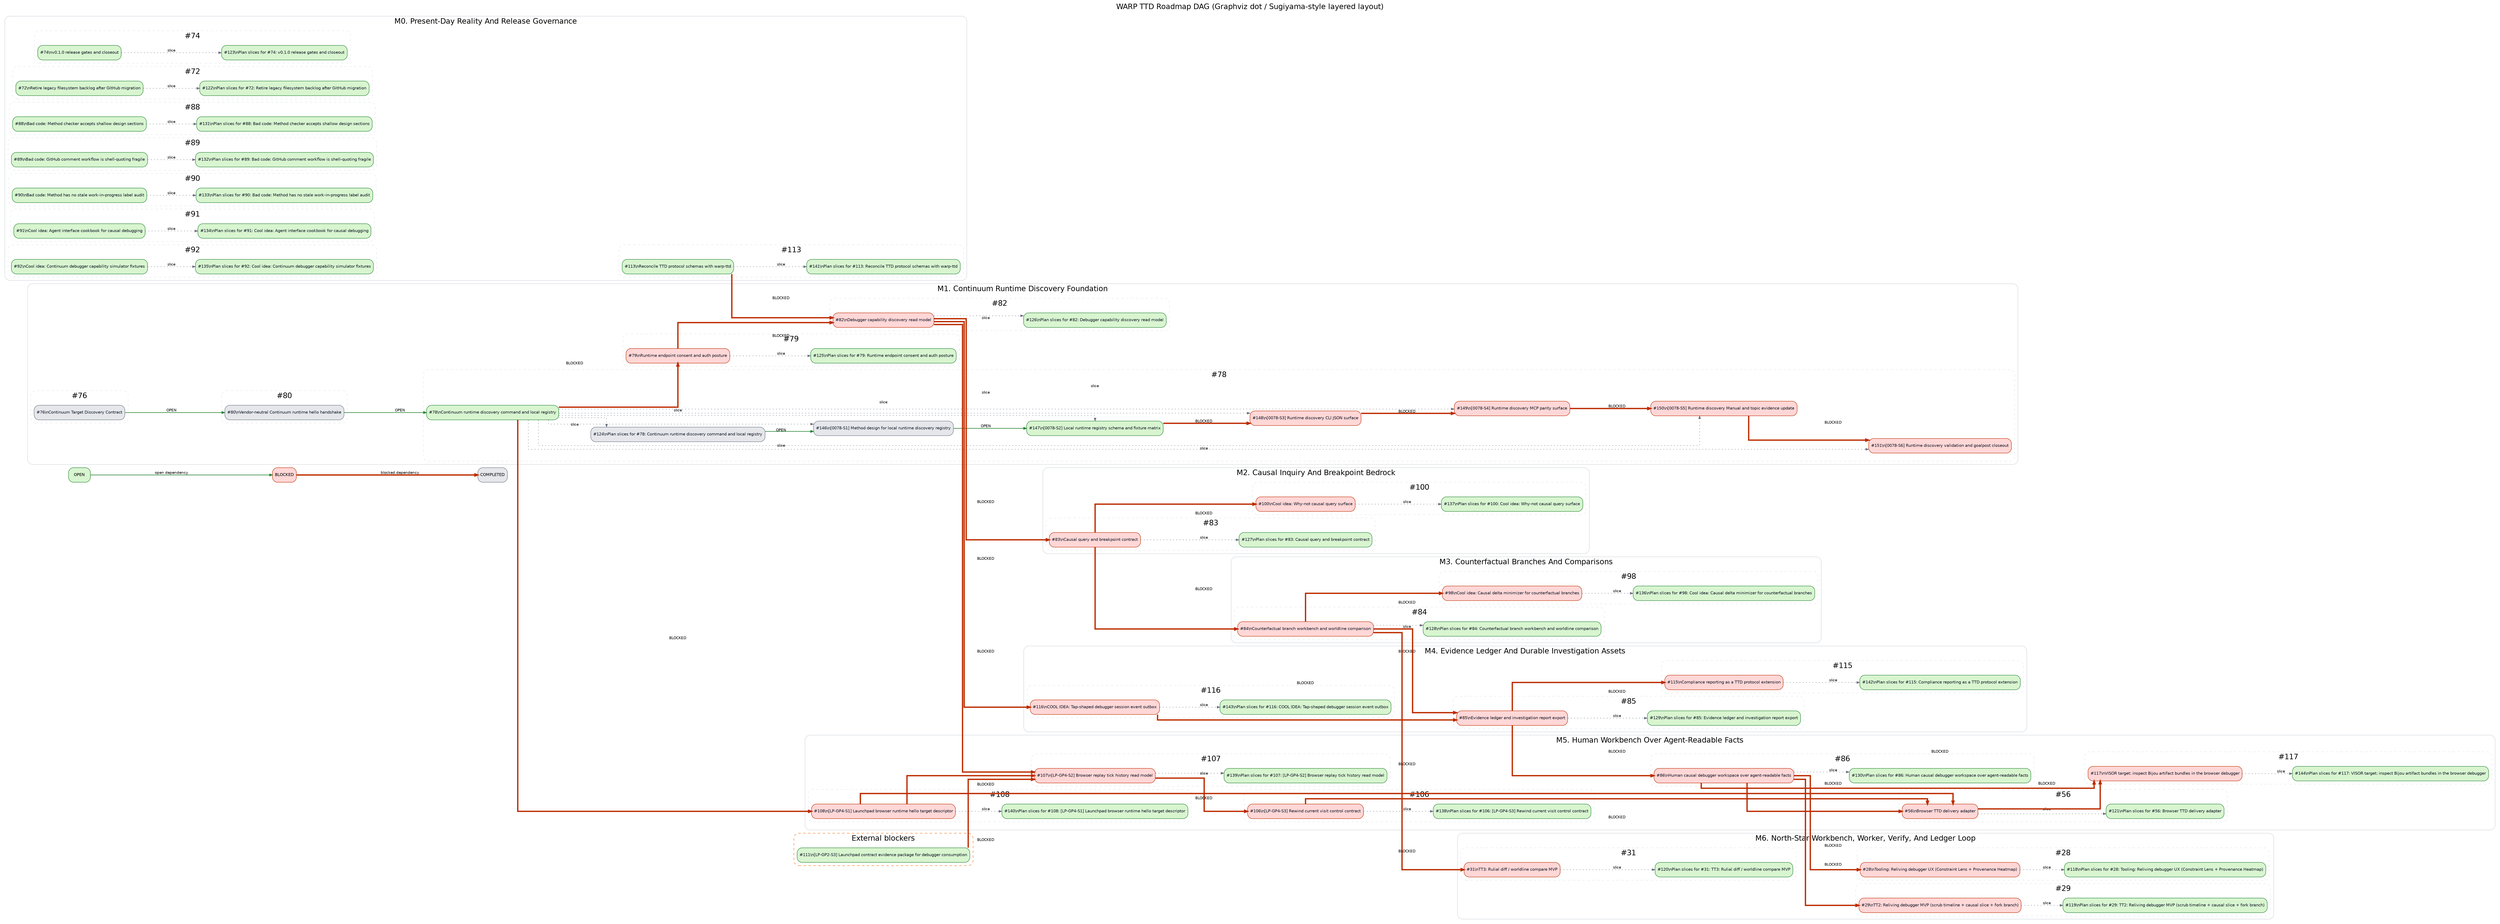
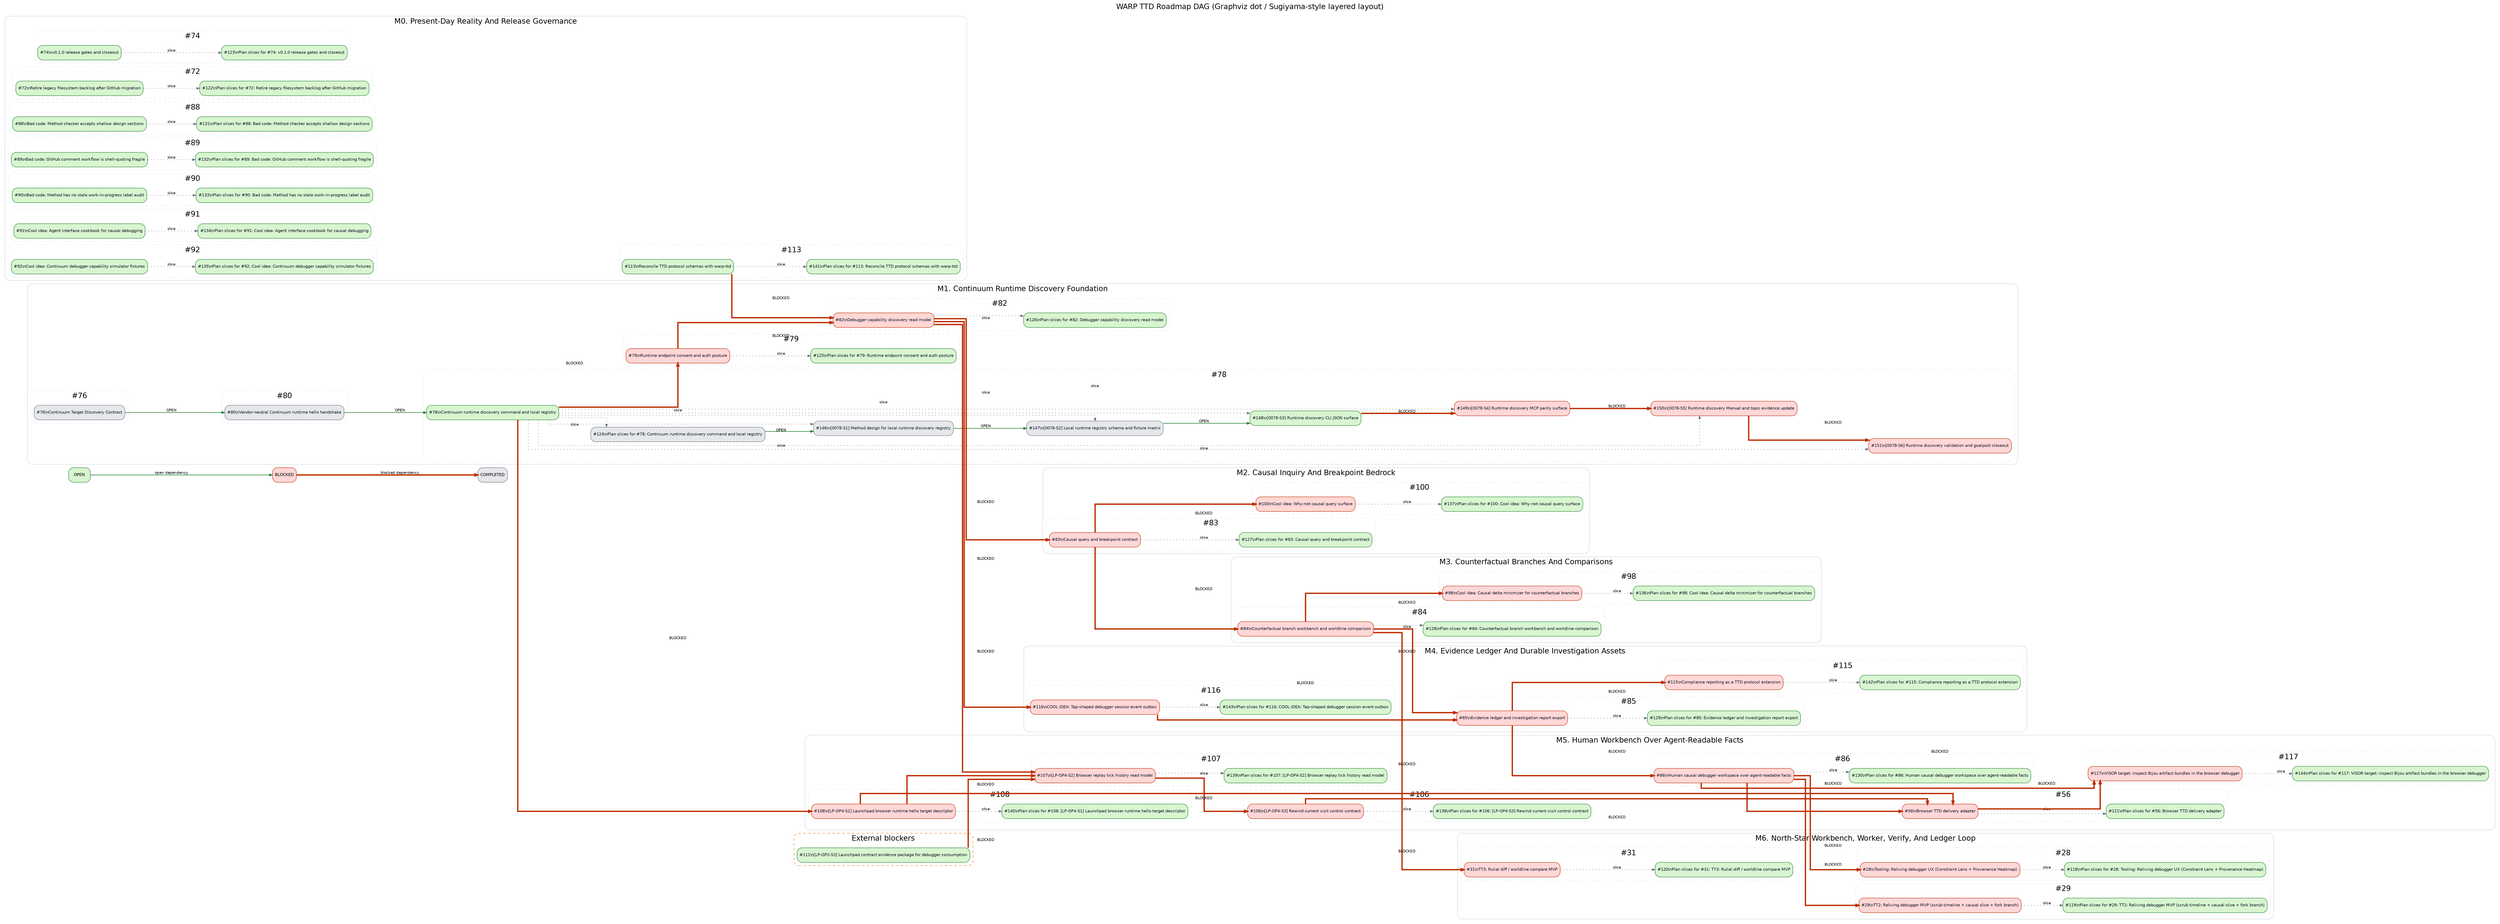
digraph RoadmapDAG {
  graph [layout=dot, rankdir=LR, compound=true, newrank=true, overlap=false, splines=ortho, bgcolor="white", fontname="Helvetica", label="WARP TTD Roadmap DAG (Graphviz dot / Sugiyama-style layered layout)", labelloc=t, fontsize=18];
  node [shape=box, style="rounded,filled", fontname="Helvetica", fontsize=10, margin="0.08,0.05"];
  edge [fontname="Helvetica", fontsize=9, arrowsize=0.7, color="#248232", penwidth=1.4];
  legend_open [label="OPEN", fillcolor="#d8f5d0", color="#248232"];
  legend_blocked [label="BLOCKED", fillcolor="#ffd7d7", color="#bd2c00"];
  legend_done [label="COMPLETED", fillcolor="#e5e7eb", color="#6b7280"];
  legend_open -> legend_blocked [label="open dependency", color="#248232", penwidth=1.4];
  legend_blocked -> legend_done [label="blocked dependency", color="#bd2c00", penwidth=3.2];
  subgraph cluster_M0 {
    label="M0. Present-Day Reality And Release Governance";
    color="#d1d5db";
    style="rounded";
    subgraph cluster_goalpost_74 {
      label="#74";
      color="#e5e7eb";
      style="rounded,dashed";
      issue_74 [label="#74\\nv0.1.0 release gates and closeout", fillcolor="#d8f5d0", color="#248232", fontcolor="#111827", URL="https://github.com/flyingrobots/warp-ttd/issues/74"];
      issue_123 [label="#123\\nPlan slices for #74: v0.1.0 release gates and closeout", fillcolor="#d8f5d0", color="#248232", fontcolor="#111827", URL="https://github.com/flyingrobots/warp-ttd/issues/123"];
      issue_74 -> issue_123 [style=dotted, color="#6b7280", penwidth=1.0, label="slice"];
    }
    subgraph cluster_goalpost_72 {
      label="#72";
      color="#e5e7eb";
      style="rounded,dashed";
      issue_72 [label="#72\\nRetire legacy filesystem backlog after GitHub migration", fillcolor="#d8f5d0", color="#248232", fontcolor="#111827", URL="https://github.com/flyingrobots/warp-ttd/issues/72"];
      issue_122 [label="#122\\nPlan slices for #72: Retire legacy filesystem backlog after GitHub migration", fillcolor="#d8f5d0", color="#248232", fontcolor="#111827", URL="https://github.com/flyingrobots/warp-ttd/issues/122"];
      issue_72 -> issue_122 [style=dotted, color="#6b7280", penwidth=1.0, label="slice"];
    }
    subgraph cluster_goalpost_88 {
      label="#88";
      color="#e5e7eb";
      style="rounded,dashed";
      issue_88 [label="#88\\nBad code: Method checker accepts shallow design sections", fillcolor="#d8f5d0", color="#248232", fontcolor="#111827", URL="https://github.com/flyingrobots/warp-ttd/issues/88"];
      issue_131 [label="#131\\nPlan slices for #88: Bad code: Method checker accepts shallow design sections", fillcolor="#d8f5d0", color="#248232", fontcolor="#111827", URL="https://github.com/flyingrobots/warp-ttd/issues/131"];
      issue_88 -> issue_131 [style=dotted, color="#6b7280", penwidth=1.0, label="slice"];
    }
    subgraph cluster_goalpost_89 {
      label="#89";
      color="#e5e7eb";
      style="rounded,dashed";
      issue_89 [label="#89\\nBad code: GitHub comment workflow is shell-quoting fragile", fillcolor="#d8f5d0", color="#248232", fontcolor="#111827", URL="https://github.com/flyingrobots/warp-ttd/issues/89"];
      issue_132 [label="#132\\nPlan slices for #89: Bad code: GitHub comment workflow is shell-quoting fragile", fillcolor="#d8f5d0", color="#248232", fontcolor="#111827", URL="https://github.com/flyingrobots/warp-ttd/issues/132"];
      issue_89 -> issue_132 [style=dotted, color="#6b7280", penwidth=1.0, label="slice"];
    }
    subgraph cluster_goalpost_90 {
      label="#90";
      color="#e5e7eb";
      style="rounded,dashed";
      issue_90 [label="#90\\nBad code: Method has no stale work-in-progress label audit", fillcolor="#d8f5d0", color="#248232", fontcolor="#111827", URL="https://github.com/flyingrobots/warp-ttd/issues/90"];
      issue_133 [label="#133\\nPlan slices for #90: Bad code: Method has no stale work-in-progress label audit", fillcolor="#d8f5d0", color="#248232", fontcolor="#111827", URL="https://github.com/flyingrobots/warp-ttd/issues/133"];
      issue_90 -> issue_133 [style=dotted, color="#6b7280", penwidth=1.0, label="slice"];
    }
    subgraph cluster_goalpost_91 {
      label="#91";
      color="#e5e7eb";
      style="rounded,dashed";
      issue_91 [label="#91\\nCool idea: Agent interface cookbook for causal debugging", fillcolor="#d8f5d0", color="#248232", fontcolor="#111827", URL="https://github.com/flyingrobots/warp-ttd/issues/91"];
      issue_134 [label="#134\\nPlan slices for #91: Cool idea: Agent interface cookbook for causal debugging", fillcolor="#d8f5d0", color="#248232", fontcolor="#111827", URL="https://github.com/flyingrobots/warp-ttd/issues/134"];
      issue_91 -> issue_134 [style=dotted, color="#6b7280", penwidth=1.0, label="slice"];
    }
    subgraph cluster_goalpost_92 {
      label="#92";
      color="#e5e7eb";
      style="rounded,dashed";
      issue_92 [label="#92\\nCool idea: Continuum debugger capability simulator fixtures", fillcolor="#d8f5d0", color="#248232", fontcolor="#111827", URL="https://github.com/flyingrobots/warp-ttd/issues/92"];
      issue_135 [label="#135\\nPlan slices for #92: Cool idea: Continuum debugger capability simulator fixtures", fillcolor="#d8f5d0", color="#248232", fontcolor="#111827", URL="https://github.com/flyingrobots/warp-ttd/issues/135"];
      issue_92 -> issue_135 [style=dotted, color="#6b7280", penwidth=1.0, label="slice"];
    }
    subgraph cluster_goalpost_113 {
      label="#113";
      color="#e5e7eb";
      style="rounded,dashed";
      issue_113 [label="#113\\nReconcile TTD protocol schemas with warp-ttd", fillcolor="#d8f5d0", color="#248232", fontcolor="#111827", URL="https://github.com/flyingrobots/warp-ttd/issues/113"];
      issue_141 [label="#141\\nPlan slices for #113: Reconcile TTD protocol schemas with warp-ttd", fillcolor="#d8f5d0", color="#248232", fontcolor="#111827", URL="https://github.com/flyingrobots/warp-ttd/issues/141"];
      issue_113 -> issue_141 [style=dotted, color="#6b7280", penwidth=1.0, label="slice"];
    }
  }
  subgraph cluster_M1 {
    label="M1. Continuum Runtime Discovery Foundation";
    color="#d1d5db";
    style="rounded";
    subgraph cluster_goalpost_76 {
      label="#76";
      color="#e5e7eb";
      style="rounded,dashed";
      issue_76 [label="#76\\nContinuum Target Discovery Contract", fillcolor="#e5e7eb", color="#6b7280", fontcolor="#111827", URL="https://github.com/flyingrobots/warp-ttd/issues/76"];
    }
    subgraph cluster_goalpost_80 {
      label="#80";
      color="#e5e7eb";
      style="rounded,dashed";
      issue_80 [label="#80\\nVendor-neutral Continuum runtime hello handshake", fillcolor="#e5e7eb", color="#6b7280", fontcolor="#111827", URL="https://github.com/flyingrobots/warp-ttd/issues/80"];
    }
    subgraph cluster_goalpost_78 {
      label="#78";
      color="#e5e7eb";
      style="rounded,dashed";
      issue_78 [label="#78\\nContinuum runtime discovery command and local registry", fillcolor="#d8f5d0", color="#248232", fontcolor="#111827", URL="https://github.com/flyingrobots/warp-ttd/issues/78"];
      issue_124 [label="#124\\nPlan slices for #78: Continuum runtime discovery command and local registry", fillcolor="#e5e7eb", color="#6b7280", fontcolor="#111827", URL="https://github.com/flyingrobots/warp-ttd/issues/124"];
      issue_78 -> issue_124 [style=dotted, color="#6b7280", penwidth=1.0, label="slice"];
      issue_146 [label="#146\\n[0078-S1] Method design for local runtime discovery registry", fillcolor="#e5e7eb", color="#6b7280", fontcolor="#111827", URL="https://github.com/flyingrobots/warp-ttd/issues/146"];
      issue_78 -> issue_146 [style=dotted, color="#6b7280", penwidth=1.0, label="slice"];
-       issue_147 [label="#147\\n[0078-S2] Local runtime registry schema and fixture matrix", fillcolor="#d8f5d0", color="#248232", fontcolor="#111827", URL="https://github.com/flyingrobots/warp-ttd/issues/147"];
+       issue_147 [label="#147\\n[0078-S2] Local runtime registry schema and fixture matrix", fillcolor="#e5e7eb", color="#6b7280", fontcolor="#111827", URL="https://github.com/flyingrobots/warp-ttd/issues/147"];
      issue_78 -> issue_147 [style=dotted, color="#6b7280", penwidth=1.0, label="slice"];
-       issue_148 [label="#148\\n[0078-S3] Runtime discovery CLI JSON surface", fillcolor="#ffd7d7", color="#bd2c00", fontcolor="#111827", URL="https://github.com/flyingrobots/warp-ttd/issues/148"];
+       issue_148 [label="#148\\n[0078-S3] Runtime discovery CLI JSON surface", fillcolor="#d8f5d0", color="#248232", fontcolor="#111827", URL="https://github.com/flyingrobots/warp-ttd/issues/148"];
      issue_78 -> issue_148 [style=dotted, color="#6b7280", penwidth=1.0, label="slice"];
      issue_149 [label="#149\\n[0078-S4] Runtime discovery MCP parity surface", fillcolor="#ffd7d7", color="#bd2c00", fontcolor="#111827", URL="https://github.com/flyingrobots/warp-ttd/issues/149"];
      issue_78 -> issue_149 [style=dotted, color="#6b7280", penwidth=1.0, label="slice"];
      issue_150 [label="#150\\n[0078-S5] Runtime discovery Manual and topic evidence update", fillcolor="#ffd7d7", color="#bd2c00", fontcolor="#111827", URL="https://github.com/flyingrobots/warp-ttd/issues/150"];
      issue_78 -> issue_150 [style=dotted, color="#6b7280", penwidth=1.0, label="slice"];
      issue_151 [label="#151\\n[0078-S6] Runtime discovery validation and goalpost closeout", fillcolor="#ffd7d7", color="#bd2c00", fontcolor="#111827", URL="https://github.com/flyingrobots/warp-ttd/issues/151"];
      issue_78 -> issue_151 [style=dotted, color="#6b7280", penwidth=1.0, label="slice"];
    }
    subgraph cluster_goalpost_79 {
      label="#79";
      color="#e5e7eb";
      style="rounded,dashed";
      issue_79 [label="#79\\nRuntime endpoint consent and auth posture", fillcolor="#ffd7d7", color="#bd2c00", fontcolor="#111827", URL="https://github.com/flyingrobots/warp-ttd/issues/79"];
      issue_125 [label="#125\\nPlan slices for #79: Runtime endpoint consent and auth posture", fillcolor="#d8f5d0", color="#248232", fontcolor="#111827", URL="https://github.com/flyingrobots/warp-ttd/issues/125"];
      issue_79 -> issue_125 [style=dotted, color="#6b7280", penwidth=1.0, label="slice"];
    }
    subgraph cluster_goalpost_82 {
      label="#82";
      color="#e5e7eb";
      style="rounded,dashed";
      issue_82 [label="#82\\nDebugger capability discovery read model", fillcolor="#ffd7d7", color="#bd2c00", fontcolor="#111827", URL="https://github.com/flyingrobots/warp-ttd/issues/82"];
      issue_126 [label="#126\\nPlan slices for #82: Debugger capability discovery read model", fillcolor="#d8f5d0", color="#248232", fontcolor="#111827", URL="https://github.com/flyingrobots/warp-ttd/issues/126"];
      issue_82 -> issue_126 [style=dotted, color="#6b7280", penwidth=1.0, label="slice"];
    }
  }
  subgraph cluster_M2 {
    label="M2. Causal Inquiry And Breakpoint Bedrock";
    color="#d1d5db";
    style="rounded";
    subgraph cluster_goalpost_83 {
      label="#83";
      color="#e5e7eb";
      style="rounded,dashed";
      issue_83 [label="#83\\nCausal query and breakpoint contract", fillcolor="#ffd7d7", color="#bd2c00", fontcolor="#111827", URL="https://github.com/flyingrobots/warp-ttd/issues/83"];
      issue_127 [label="#127\\nPlan slices for #83: Causal query and breakpoint contract", fillcolor="#d8f5d0", color="#248232", fontcolor="#111827", URL="https://github.com/flyingrobots/warp-ttd/issues/127"];
      issue_83 -> issue_127 [style=dotted, color="#6b7280", penwidth=1.0, label="slice"];
    }
    subgraph cluster_goalpost_100 {
      label="#100";
      color="#e5e7eb";
      style="rounded,dashed";
      issue_100 [label="#100\\nCool idea: Why-not causal query surface", fillcolor="#ffd7d7", color="#bd2c00", fontcolor="#111827", URL="https://github.com/flyingrobots/warp-ttd/issues/100"];
      issue_137 [label="#137\\nPlan slices for #100: Cool idea: Why-not causal query surface", fillcolor="#d8f5d0", color="#248232", fontcolor="#111827", URL="https://github.com/flyingrobots/warp-ttd/issues/137"];
      issue_100 -> issue_137 [style=dotted, color="#6b7280", penwidth=1.0, label="slice"];
    }
  }
  subgraph cluster_M3 {
    label="M3. Counterfactual Branches And Comparisons";
    color="#d1d5db";
    style="rounded";
    subgraph cluster_goalpost_84 {
      label="#84";
      color="#e5e7eb";
      style="rounded,dashed";
      issue_84 [label="#84\\nCounterfactual branch workbench and worldline comparison", fillcolor="#ffd7d7", color="#bd2c00", fontcolor="#111827", URL="https://github.com/flyingrobots/warp-ttd/issues/84"];
      issue_128 [label="#128\\nPlan slices for #84: Counterfactual branch workbench and worldline comparison", fillcolor="#d8f5d0", color="#248232", fontcolor="#111827", URL="https://github.com/flyingrobots/warp-ttd/issues/128"];
      issue_84 -> issue_128 [style=dotted, color="#6b7280", penwidth=1.0, label="slice"];
    }
    subgraph cluster_goalpost_98 {
      label="#98";
      color="#e5e7eb";
      style="rounded,dashed";
      issue_98 [label="#98\\nCool idea: Causal delta minimizer for counterfactual branches", fillcolor="#ffd7d7", color="#bd2c00", fontcolor="#111827", URL="https://github.com/flyingrobots/warp-ttd/issues/98"];
      issue_136 [label="#136\\nPlan slices for #98: Cool idea: Causal delta minimizer for counterfactual branches", fillcolor="#d8f5d0", color="#248232", fontcolor="#111827", URL="https://github.com/flyingrobots/warp-ttd/issues/136"];
      issue_98 -> issue_136 [style=dotted, color="#6b7280", penwidth=1.0, label="slice"];
    }
  }
  subgraph cluster_M4 {
    label="M4. Evidence Ledger And Durable Investigation Assets";
    color="#d1d5db";
    style="rounded";
    subgraph cluster_goalpost_116 {
      label="#116";
      color="#e5e7eb";
      style="rounded,dashed";
      issue_116 [label="#116\\nCOOL IDEA: Tap-shaped debugger session event outbox", fillcolor="#ffd7d7", color="#bd2c00", fontcolor="#111827", URL="https://github.com/flyingrobots/warp-ttd/issues/116"];
      issue_143 [label="#143\\nPlan slices for #116: COOL IDEA: Tap-shaped debugger session event outbox", fillcolor="#d8f5d0", color="#248232", fontcolor="#111827", URL="https://github.com/flyingrobots/warp-ttd/issues/143"];
      issue_116 -> issue_143 [style=dotted, color="#6b7280", penwidth=1.0, label="slice"];
    }
    subgraph cluster_goalpost_85 {
      label="#85";
      color="#e5e7eb";
      style="rounded,dashed";
      issue_85 [label="#85\\nEvidence ledger and investigation report export", fillcolor="#ffd7d7", color="#bd2c00", fontcolor="#111827", URL="https://github.com/flyingrobots/warp-ttd/issues/85"];
      issue_129 [label="#129\\nPlan slices for #85: Evidence ledger and investigation report export", fillcolor="#d8f5d0", color="#248232", fontcolor="#111827", URL="https://github.com/flyingrobots/warp-ttd/issues/129"];
      issue_85 -> issue_129 [style=dotted, color="#6b7280", penwidth=1.0, label="slice"];
    }
    subgraph cluster_goalpost_115 {
      label="#115";
      color="#e5e7eb";
      style="rounded,dashed";
      issue_115 [label="#115\\nCompliance reporting as a TTD protocol extension", fillcolor="#ffd7d7", color="#bd2c00", fontcolor="#111827", URL="https://github.com/flyingrobots/warp-ttd/issues/115"];
      issue_142 [label="#142\\nPlan slices for #115: Compliance reporting as a TTD protocol extension", fillcolor="#d8f5d0", color="#248232", fontcolor="#111827", URL="https://github.com/flyingrobots/warp-ttd/issues/142"];
      issue_115 -> issue_142 [style=dotted, color="#6b7280", penwidth=1.0, label="slice"];
    }
  }
  subgraph cluster_M5 {
    label="M5. Human Workbench Over Agent-Readable Facts";
    color="#d1d5db";
    style="rounded";
    subgraph cluster_goalpost_86 {
      label="#86";
      color="#e5e7eb";
      style="rounded,dashed";
      issue_86 [label="#86\\nHuman causal debugger workspace over agent-readable facts", fillcolor="#ffd7d7", color="#bd2c00", fontcolor="#111827", URL="https://github.com/flyingrobots/warp-ttd/issues/86"];
      issue_130 [label="#130\\nPlan slices for #86: Human causal debugger workspace over agent-readable facts", fillcolor="#d8f5d0", color="#248232", fontcolor="#111827", URL="https://github.com/flyingrobots/warp-ttd/issues/130"];
      issue_86 -> issue_130 [style=dotted, color="#6b7280", penwidth=1.0, label="slice"];
    }
    subgraph cluster_goalpost_108 {
      label="#108";
      color="#e5e7eb";
      style="rounded,dashed";
      issue_108 [label="#108\\n[LP-GP4-S1] Launchpad browser runtime hello target descriptor", fillcolor="#ffd7d7", color="#bd2c00", fontcolor="#111827", URL="https://github.com/flyingrobots/warp-ttd/issues/108"];
      issue_140 [label="#140\\nPlan slices for #108: [LP-GP4-S1] Launchpad browser runtime hello target descriptor", fillcolor="#d8f5d0", color="#248232", fontcolor="#111827", URL="https://github.com/flyingrobots/warp-ttd/issues/140"];
      issue_108 -> issue_140 [style=dotted, color="#6b7280", penwidth=1.0, label="slice"];
    }
    subgraph cluster_goalpost_107 {
      label="#107";
      color="#e5e7eb";
      style="rounded,dashed";
      issue_107 [label="#107\\n[LP-GP4-S2] Browser replay tick history read model", fillcolor="#ffd7d7", color="#bd2c00", fontcolor="#111827", URL="https://github.com/flyingrobots/warp-ttd/issues/107"];
      issue_139 [label="#139\\nPlan slices for #107: [LP-GP4-S2] Browser replay tick history read model", fillcolor="#d8f5d0", color="#248232", fontcolor="#111827", URL="https://github.com/flyingrobots/warp-ttd/issues/139"];
      issue_107 -> issue_139 [style=dotted, color="#6b7280", penwidth=1.0, label="slice"];
    }
    subgraph cluster_goalpost_106 {
      label="#106";
      color="#e5e7eb";
      style="rounded,dashed";
      issue_106 [label="#106\\n[LP-GP4-S3] Rewind current visit control contract", fillcolor="#ffd7d7", color="#bd2c00", fontcolor="#111827", URL="https://github.com/flyingrobots/warp-ttd/issues/106"];
      issue_138 [label="#138\\nPlan slices for #106: [LP-GP4-S3] Rewind current visit control contract", fillcolor="#d8f5d0", color="#248232", fontcolor="#111827", URL="https://github.com/flyingrobots/warp-ttd/issues/138"];
      issue_106 -> issue_138 [style=dotted, color="#6b7280", penwidth=1.0, label="slice"];
    }
    subgraph cluster_goalpost_56 {
      label="#56";
      color="#e5e7eb";
      style="rounded,dashed";
      issue_56 [label="#56\\nBrowser TTD delivery adapter", fillcolor="#ffd7d7", color="#bd2c00", fontcolor="#111827", URL="https://github.com/flyingrobots/warp-ttd/issues/56"];
      issue_121 [label="#121\\nPlan slices for #56: Browser TTD delivery adapter", fillcolor="#d8f5d0", color="#248232", fontcolor="#111827", URL="https://github.com/flyingrobots/warp-ttd/issues/121"];
      issue_56 -> issue_121 [style=dotted, color="#6b7280", penwidth=1.0, label="slice"];
    }
    subgraph cluster_goalpost_117 {
      label="#117";
      color="#e5e7eb";
      style="rounded,dashed";
      issue_117 [label="#117\\nVISOR target: inspect Bijou artifact bundles in the browser debugger", fillcolor="#ffd7d7", color="#bd2c00", fontcolor="#111827", URL="https://github.com/flyingrobots/warp-ttd/issues/117"];
      issue_144 [label="#144\\nPlan slices for #117: VISOR target: inspect Bijou artifact bundles in the browser debugger", fillcolor="#d8f5d0", color="#248232", fontcolor="#111827", URL="https://github.com/flyingrobots/warp-ttd/issues/144"];
      issue_117 -> issue_144 [style=dotted, color="#6b7280", penwidth=1.0, label="slice"];
    }
  }
  subgraph cluster_M6 {
    label="M6. North-Star Workbench, Worker, Verify, And Ledger Loop";
    color="#d1d5db";
    style="rounded";
    subgraph cluster_goalpost_28 {
      label="#28";
      color="#e5e7eb";
      style="rounded,dashed";
      issue_28 [label="#28\\nTooling: Reliving debugger UX (Constraint Lens + Provenance Heatmap)", fillcolor="#ffd7d7", color="#bd2c00", fontcolor="#111827", URL="https://github.com/flyingrobots/warp-ttd/issues/28"];
      issue_118 [label="#118\\nPlan slices for #28: Tooling: Reliving debugger UX (Constraint Lens + Provenance Heatmap)", fillcolor="#d8f5d0", color="#248232", fontcolor="#111827", URL="https://github.com/flyingrobots/warp-ttd/issues/118"];
      issue_28 -> issue_118 [style=dotted, color="#6b7280", penwidth=1.0, label="slice"];
    }
    subgraph cluster_goalpost_29 {
      label="#29";
      color="#e5e7eb";
      style="rounded,dashed";
      issue_29 [label="#29\\nTT2: Reliving debugger MVP (scrub timeline + causal slice + fork branch)", fillcolor="#ffd7d7", color="#bd2c00", fontcolor="#111827", URL="https://github.com/flyingrobots/warp-ttd/issues/29"];
      issue_119 [label="#119\\nPlan slices for #29: TT2: Reliving debugger MVP (scrub timeline + causal slice + fork branch)", fillcolor="#d8f5d0", color="#248232", fontcolor="#111827", URL="https://github.com/flyingrobots/warp-ttd/issues/119"];
      issue_29 -> issue_119 [style=dotted, color="#6b7280", penwidth=1.0, label="slice"];
    }
    subgraph cluster_goalpost_31 {
      label="#31";
      color="#e5e7eb";
      style="rounded,dashed";
      issue_31 [label="#31\\nTT3: Rulial diff / worldline compare MVP", fillcolor="#ffd7d7", color="#bd2c00", fontcolor="#111827", URL="https://github.com/flyingrobots/warp-ttd/issues/31"];
      issue_120 [label="#120\\nPlan slices for #31: TT3: Rulial diff / worldline compare MVP", fillcolor="#d8f5d0", color="#248232", fontcolor="#111827", URL="https://github.com/flyingrobots/warp-ttd/issues/120"];
      issue_31 -> issue_120 [style=dotted, color="#6b7280", penwidth=1.0, label="slice"];
    }
  }
  subgraph cluster_external {
    label="External blockers";
    color="#f97316";
    style="rounded,dashed";
    issue_111 [label="#111\\n[LP-GP2-S3] Launchpad contract evidence package for debugger consumption", fillcolor="#d8f5d0", color="#248232", fontcolor="#111827", URL="https://github.com/flyingrobots/warp-ttd/issues/111"];
  }
  issue_76 -> issue_80 [label="OPEN", color="#248232", penwidth=1.4, style=solid];
  issue_80 -> issue_78 [label="OPEN", color="#248232", penwidth=1.4, style=solid];
  issue_124 -> issue_146 [label="OPEN", color="#248232", penwidth=1.4, style=solid];
  issue_146 -> issue_147 [label="OPEN", color="#248232", penwidth=1.4, style=solid];
-   issue_147 -> issue_148 [label="BLOCKED", color="#bd2c00", penwidth=3.2, style=solid];
+   issue_147 -> issue_148 [label="OPEN", color="#248232", penwidth=1.4, style=solid];
  issue_148 -> issue_149 [label="BLOCKED", color="#bd2c00", penwidth=3.2, style=solid];
  issue_149 -> issue_150 [label="BLOCKED", color="#bd2c00", penwidth=3.2, style=solid];
  issue_150 -> issue_151 [label="BLOCKED", color="#bd2c00", penwidth=3.2, style=solid];
  issue_78 -> issue_79 [label="BLOCKED", color="#bd2c00", penwidth=3.2, style=solid];
  issue_113 -> issue_82 [label="BLOCKED", color="#bd2c00", penwidth=3.2, style=solid];
  issue_79 -> issue_82 [label="BLOCKED", color="#bd2c00", penwidth=3.2, style=solid];
  issue_82 -> issue_83 [label="BLOCKED", color="#bd2c00", penwidth=3.2, style=solid];
  issue_83 -> issue_100 [label="BLOCKED", color="#bd2c00", penwidth=3.2, style=solid];
  issue_83 -> issue_84 [label="BLOCKED", color="#bd2c00", penwidth=3.2, style=solid];
  issue_84 -> issue_98 [label="BLOCKED", color="#bd2c00", penwidth=3.2, style=solid];
  issue_82 -> issue_116 [label="BLOCKED", color="#bd2c00", penwidth=3.2, style=solid];
  issue_116 -> issue_85 [label="BLOCKED", color="#bd2c00", penwidth=3.2, style=solid];
  issue_84 -> issue_85 [label="BLOCKED", color="#bd2c00", penwidth=3.2, style=solid];
  issue_85 -> issue_115 [label="BLOCKED", color="#bd2c00", penwidth=3.2, style=solid];
  issue_85 -> issue_86 [label="BLOCKED", color="#bd2c00", penwidth=3.2, style=solid];
  issue_78 -> issue_108 [label="BLOCKED", color="#bd2c00", penwidth=3.2, style=solid];
  issue_82 -> issue_107 [label="BLOCKED", color="#bd2c00", penwidth=3.2, style=solid];
  issue_108 -> issue_107 [label="BLOCKED", color="#bd2c00", penwidth=3.2, style=solid];
  issue_111 -> issue_107 [label="BLOCKED", color="#bd2c00", penwidth=3.2, style=solid];
  issue_107 -> issue_106 [label="BLOCKED", color="#bd2c00", penwidth=3.2, style=solid];
  issue_86 -> issue_56 [label="BLOCKED", color="#bd2c00", penwidth=3.2, style=solid];
  issue_108 -> issue_56 [label="BLOCKED", color="#bd2c00", penwidth=3.2, style=solid];
  issue_106 -> issue_56 [label="BLOCKED", color="#bd2c00", penwidth=3.2, style=solid];
  issue_86 -> issue_117 [label="BLOCKED", color="#bd2c00", penwidth=3.2, style=solid];
  issue_56 -> issue_117 [label="BLOCKED", color="#bd2c00", penwidth=3.2, style=solid];
  issue_86 -> issue_28 [label="BLOCKED", color="#bd2c00", penwidth=3.2, style=solid];
  issue_86 -> issue_29 [label="BLOCKED", color="#bd2c00", penwidth=3.2, style=solid];
  issue_84 -> issue_31 [label="BLOCKED", color="#bd2c00", penwidth=3.2, style=solid];
}
